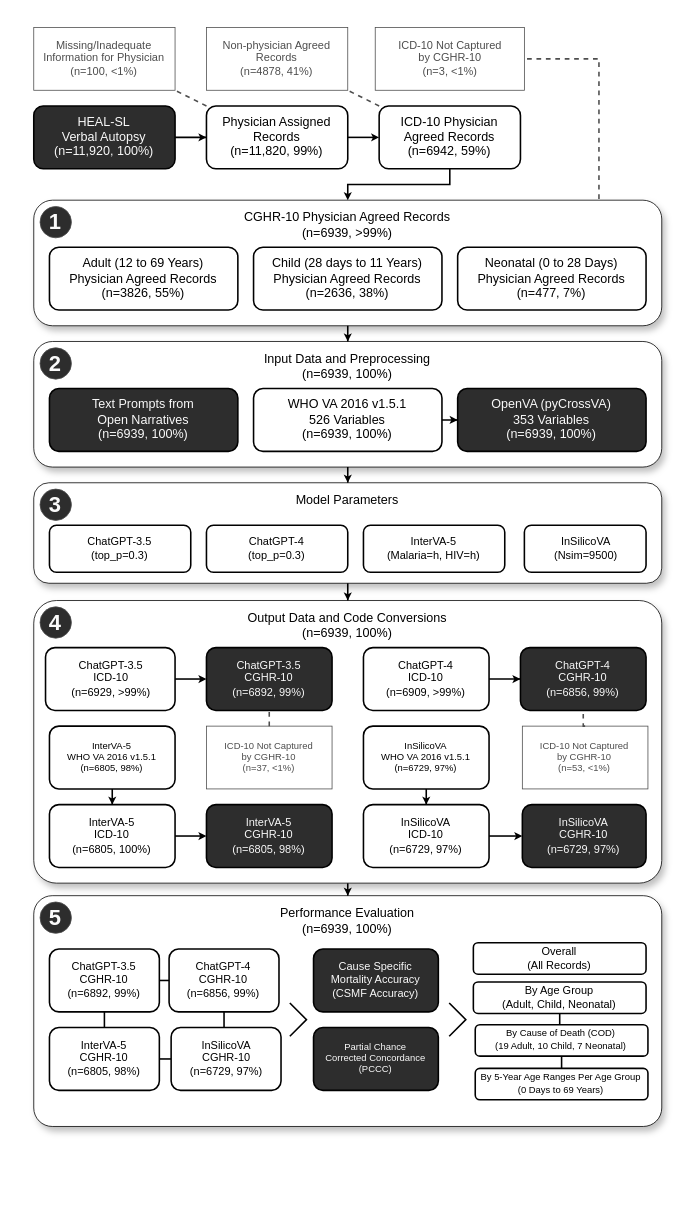
Before: src/fig-methods.drawio in cghr-toronto/wen-et-al-2025-cava, a draw.io diagram. Source tidied: cells renumbered, new cells numbered last; positions are measured from the earlier drawing's top-left corner, leaving out a move shared by most shapes. Both pictures are drawn from the tidied source at 157%, with x=0, y=0 at pixel (33, 27). Pictures stored in the file or linked from it are replaced by grey dashed boxes.
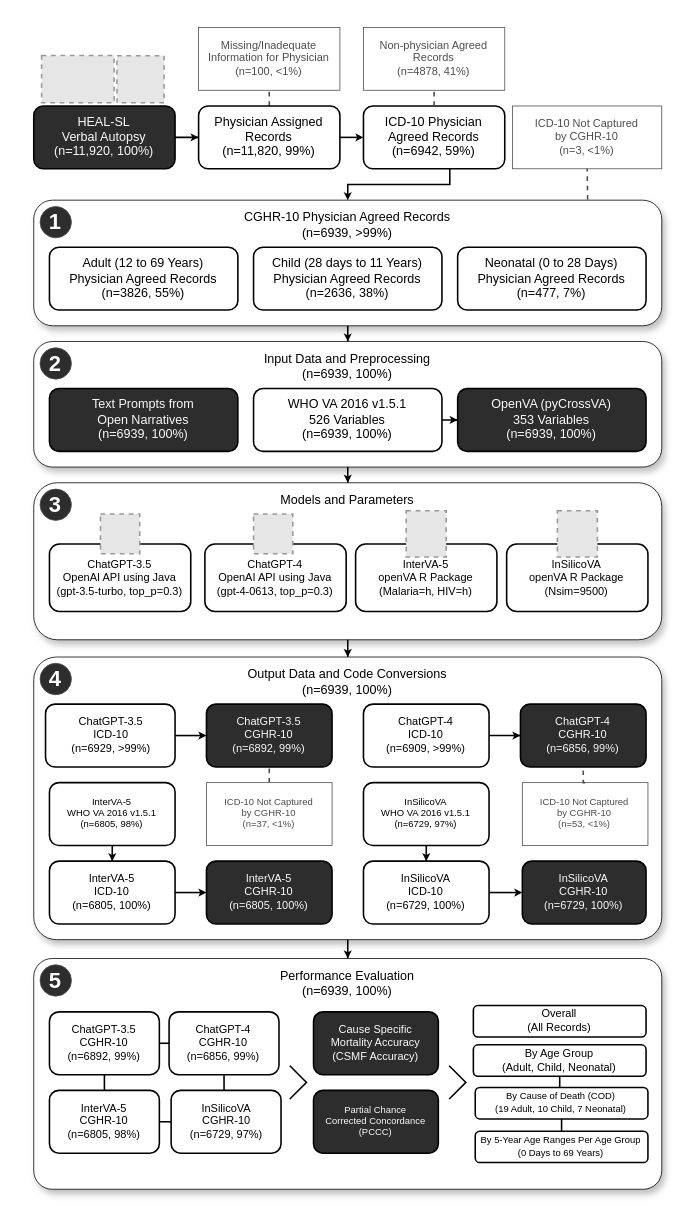
The same page after the edit.

Commit message (it also covers changes not shown here):
Add model specs and programming versions; update methods diagram

The change refers to these unchanged cells:
```xml
<mxCell id="15" value="CGHR-10 Physician Agreed Records&lt;br&gt;(n=6939, &amp;gt;99%)" style="rounded=1;whiteSpace=wrap;html=1;fontFamily=Arial;fontSize=8;verticalAlign=top;fillColor=default;fontColor=#000000;strokeColor=default;strokeWidth=0.5;glass=0;shadow=1;" parent="1" vertex="1">
  <mxGeometry y="110" width="400" height="80" as="geometry" />
</mxCell>
```

Change to the diagram source:
```diff
@@
-    <mxCell id="4" style="rounded=0;jettySize=auto;html=1;exitX=0;exitY=0;exitDx=0;exitDy=0;entryX=1;entryY=1;entryDx=0;entryDy=0;dashed=1;endArrow=none;endFill=0;strokeColor=#4D4D4D;" parent="1" edge="1" source="5" target="6">
+    <mxCell id="4" style="rounded=0;jettySize=auto;html=1;exitX=0.5;exitY=0;exitDx=0;exitDy=0;entryX=0.5;entryY=1;entryDx=0;entryDy=0;dashed=1;endArrow=none;endFill=0;strokeColor=#4D4D4D;" parent="1" edge="1" source="5" target="6">
       <mxGeometry relative="1" as="geometry" />
     </mxCell>
     <mxCell id="5" value="Physician Assigned&lt;br&gt;Records&lt;br&gt;(n=11,820, 99%)" style="rounded=1;whiteSpace=wrap;html=1;fontFamily=Arial;fontSize=8;" parent="1" vertex="1">
-      <mxGeometry x="110" y="50" width="90" height="40" as="geometry" />
+      <mxGeometry x="105" y="50" width="90" height="40" as="geometry" />
     </mxCell>
     <mxCell id="6" value="Missing/Inadequate&lt;br style=&quot;font-size: 7px;&quot;&gt;Information for Physician&lt;br&gt;(n=100, &amp;lt;1%)" style="rounded=0;whiteSpace=wrap;html=1;fontFamily=Arial;fontSize=7;fontColor=#4D4D4D;strokeColor=#4D4D4D;strokeWidth=0.5;" parent="1" vertex="1">
-      <mxGeometry width="90" height="40" as="geometry" />
+      <mxGeometry x="105" width="90" height="40" as="geometry" />
     </mxCell>
@@
     <mxCell id="8" value="ICD-10 Physician Agreed Records&lt;br&gt;(n=6942, 59%)" style="rounded=1;whiteSpace=wrap;html=1;fontFamily=Arial;fontSize=8;" parent="1" vertex="1">
-      <mxGeometry x="220" y="50" width="90" height="40" as="geometry" />
+      <mxGeometry x="210" y="50" width="90" height="40" as="geometry" />
     </mxCell>
@@
     <mxCell id="10" value="Non-physician Agreed Records&lt;br&gt;(n=4878, 41%)" style="rounded=0;whiteSpace=wrap;html=1;fontFamily=Arial;fontSize=7;fontColor=#4D4D4D;strokeColor=#4D4D4D;strokeWidth=0.5;" parent="1" vertex="1">
-      <mxGeometry x="110" width="90" height="40" as="geometry" />
+      <mxGeometry x="210" width="90" height="40" as="geometry" />
     </mxCell>
-    <mxCell id="11" style="rounded=0;jettySize=auto;html=1;exitX=0;exitY=0;exitDx=0;exitDy=0;entryX=1;entryY=1;entryDx=0;entryDy=0;dashed=1;endArrow=none;endFill=0;strokeColor=#4D4D4D;" parent="1" edge="1" source="8" target="10">
+    <mxCell id="11" style="rounded=0;jettySize=auto;html=1;exitX=0.5;exitY=0;exitDx=0;exitDy=0;entryX=0.5;entryY=1;entryDx=0;entryDy=0;dashed=1;endArrow=none;endFill=0;strokeColor=#4D4D4D;" parent="1" edge="1" source="8" target="10">
       <mxGeometry relative="1" as="geometry" />
     </mxCell>
     <mxCell id="12" value="ICD-10 Not Captured&lt;br&gt;by CGHR-10&lt;br&gt;(n=3, &amp;lt;1%)" style="rounded=0;whiteSpace=wrap;html=1;fontFamily=Arial;fontSize=7;fontColor=#4D4D4D;strokeColor=#4D4D4D;strokeWidth=0.5;" parent="1" vertex="1">
-      <mxGeometry x="217.5" width="95" height="40" as="geometry" />
+      <mxGeometry x="305" y="50" width="95" height="40" as="geometry" />
     </mxCell>
-    <mxCell id="13" style="rounded=0;jettySize=auto;html=1;entryX=1;entryY=0.5;entryDx=0;entryDy=0;dashed=1;endArrow=none;endFill=0;strokeColor=#4D4D4D;edgeStyle=orthogonalEdgeStyle;exitX=0.9;exitY=-0.01;exitDx=0;exitDy=0;exitPerimeter=0;" parent="1" edge="1" source="15" target="12">
-      <mxGeometry relative="1" as="geometry">
-        <Array as="points">
-          <mxPoint x="360" y="20" />
-        </Array>
-      </mxGeometry>
-    </mxCell>
@@
-    <mxCell id="26" value="Model Parameters" style="rounded=1;whiteSpace=wrap;html=1;fontFamily=Arial;fontSize=8;verticalAlign=top;fillColor=default;fontColor=#000000;strokeColor=default;strokeWidth=0.5;shadow=1;" parent="1" vertex="1">
-      <mxGeometry y="290" width="400" height="64" as="geometry" />
+    <mxCell id="26" value="Models and Parameters" style="rounded=1;whiteSpace=wrap;html=1;fontFamily=Arial;fontSize=8;verticalAlign=top;fillColor=default;fontColor=#000000;strokeColor=default;strokeWidth=0.5;shadow=1;" parent="1" vertex="1">
+      <mxGeometry y="290" width="400" height="100" as="geometry" />
     </mxCell>
-    <mxCell id="27" value="ChatGPT-3.5&lt;br style=&quot;font-size: 7px;&quot;&gt;(top_p=0.3)" style="rounded=1;whiteSpace=wrap;html=1;fontFamily=Arial;fontSize=7;fillColor=default;" parent="1" vertex="1">
-      <mxGeometry x="10" y="317" width="90" height="30" as="geometry" />
+    <mxCell id="27" value="ChatGPT-3.5&lt;br&gt;OpenAI API using Java&lt;br style=&quot;font-size: 7px;&quot;&gt;(gpt-3.5-turbo, top_p=0.3)" style="rounded=1;whiteSpace=wrap;html=1;fontFamily=Arial;fontSize=7;fillColor=default;" parent="1" vertex="1">
+      <mxGeometry x="10" y="329" width="90" height="43" as="geometry" />
     </mxCell>
-    <mxCell id="28" value="ChatGPT-4&lt;br style=&quot;font-size: 7px;&quot;&gt;(top_p=0.3)" style="rounded=1;whiteSpace=wrap;html=1;fontFamily=Arial;fontSize=7;fillColor=default;" parent="1" vertex="1">
-      <mxGeometry x="110" y="317" width="90" height="30" as="geometry" />
+    <mxCell id="28" value="ChatGPT-4&lt;br&gt;OpenAI API using Java&lt;br style=&quot;font-size: 7px;&quot;&gt;(gpt-4-0613, top_p=0.3)" style="rounded=1;whiteSpace=wrap;html=1;fontFamily=Arial;fontSize=7;fillColor=default;" parent="1" vertex="1">
+      <mxGeometry x="109" y="329" width="90" height="43" as="geometry" />
     </mxCell>
-    <mxCell id="29" value="InterVA-5&lt;br style=&quot;font-size: 7px;&quot;&gt;(Malaria=h, HIV=h)" style="rounded=1;whiteSpace=wrap;html=1;fontFamily=Arial;fontSize=7;fillColor=default;" parent="1" vertex="1">
-      <mxGeometry x="210" y="317" width="90" height="30" as="geometry" />
+    <mxCell id="29" value="InterVA-5&lt;br&gt;openVA R Package&lt;br style=&quot;font-size: 7px;&quot;&gt;(Malaria=h, HIV=h)" style="rounded=1;whiteSpace=wrap;html=1;fontFamily=Arial;fontSize=7;fillColor=default;" parent="1" vertex="1">
+      <mxGeometry x="205" y="329" width="90" height="43" as="geometry" />
     </mxCell>
-    <mxCell id="30" value="InSilicoVA&lt;br style=&quot;font-size: 7px;&quot;&gt;(Nsim=9500)" style="rounded=1;whiteSpace=wrap;html=1;fontFamily=Arial;fontSize=7;fillColor=default;" parent="1" vertex="1">
-      <mxGeometry x="312.5" y="317" width="77.5" height="30" as="geometry" />
+    <mxCell id="30" value="InSilicoVA&lt;br&gt;openVA R Package&lt;br style=&quot;font-size: 7px;&quot;&gt;(Nsim=9500)" style="rounded=1;whiteSpace=wrap;html=1;fontFamily=Arial;fontSize=7;fillColor=default;" parent="1" vertex="1">
+      <mxGeometry x="301.2" y="329" width="90" height="43" as="geometry" />
     </mxCell>
@@
     <mxCell id="32" value="Output Data and Code Conversions&lt;br&gt;(n=6939, 100%)" style="rounded=1;whiteSpace=wrap;html=1;fontFamily=Arial;fontSize=8;verticalAlign=top;fillColor=default;fontColor=#000000;strokeColor=default;strokeWidth=0.5;arcSize=8;imageHeight=24;shadow=1;" parent="1" vertex="1">
-      <mxGeometry y="365" width="400" height="180" as="geometry" />
+      <mxGeometry y="401" width="400" height="180" as="geometry" />
     </mxCell>
@@
     <mxCell id="34" value="ChatGPT-3.5&lt;br&gt;ICD-10&lt;br style=&quot;font-size: 7px;&quot;&gt;(n=6929, &amp;gt;99%)" style="rounded=1;whiteSpace=wrap;html=1;fontFamily=Arial;fontSize=7;fillColor=default;" parent="1" vertex="1">
-      <mxGeometry x="7.5" y="395" width="82.5" height="40" as="geometry" />
+      <mxGeometry x="7.5" y="431" width="82.5" height="40" as="geometry" />
     </mxCell>
@@
     <mxCell id="36" value="ChatGPT-4&lt;br&gt;ICD-10&lt;br style=&quot;font-size: 7px;&quot;&gt;(n=6909, &amp;gt;99%)" style="rounded=1;whiteSpace=wrap;html=1;fontFamily=Arial;fontSize=7;fillColor=default;" parent="1" vertex="1">
-      <mxGeometry x="210" y="395" width="80" height="40" as="geometry" />
+      <mxGeometry x="210" y="431" width="80" height="40" as="geometry" />
     </mxCell>
@@
     <mxCell id="38" value="InterVA-5&lt;br style=&quot;font-size: 6px;&quot;&gt;WHO VA 2016 v1.5.1&lt;br style=&quot;font-size: 6px;&quot;&gt;(n=6805, 98%)" style="rounded=1;whiteSpace=wrap;html=1;fontFamily=Arial;fontSize=6;fillColor=default;" parent="1" vertex="1">
-      <mxGeometry x="10" y="445" width="80" height="40" as="geometry" />
+      <mxGeometry x="10" y="481" width="80" height="40" as="geometry" />
     </mxCell>
@@
     <mxCell id="40" value="InSilicoVA&lt;br style=&quot;font-size: 6px;&quot;&gt;WHO VA 2016 v1.5.1&lt;br style=&quot;font-size: 6px;&quot;&gt;(n=6729, 97%)" style="rounded=1;whiteSpace=wrap;html=1;fontFamily=Arial;fontSize=6;fillColor=default;" parent="1" vertex="1">
-      <mxGeometry x="210" y="445" width="80" height="40" as="geometry" />
+      <mxGeometry x="210" y="481" width="80" height="40" as="geometry" />
     </mxCell>
     <mxCell id="41" value="ChatGPT-3.5&lt;br&gt;CGHR-10&lt;br style=&quot;font-size: 7px;&quot;&gt;(n=6892, 99%)" style="rounded=1;whiteSpace=wrap;html=1;fontFamily=Arial;fontSize=7;fillColor=#2D2D2D;fontColor=#FAFAFA;fontStyle=0;strokeWidth=1;gradientColor=none;" parent="1" vertex="1">
-      <mxGeometry x="110" y="395" width="80" height="40" as="geometry" />
+      <mxGeometry x="110" y="431" width="80" height="40" as="geometry" />
     </mxCell>
     <mxCell id="42" value="ChatGPT-4&lt;br&gt;CGHR-10&lt;br style=&quot;font-size: 7px;&quot;&gt;(n=6856, 99%)" style="rounded=1;whiteSpace=wrap;html=1;fontFamily=Arial;fontSize=7;fillColor=#2D2D2D;fontColor=#FAFAFA;fontStyle=0;strokeWidth=1;gradientColor=none;" parent="1" vertex="1">
-      <mxGeometry x="310" y="395" width="80" height="40" as="geometry" />
+      <mxGeometry x="310" y="431" width="80" height="40" as="geometry" />
     </mxCell>
     <mxCell id="43" value="ICD-10 Not Captured&lt;br style=&quot;font-size: 6px;&quot;&gt;by CGHR-10&lt;br style=&quot;font-size: 6px;&quot;&gt;(n=37, &amp;lt;1%)" style="rounded=0;whiteSpace=wrap;html=1;fontFamily=Arial;fontSize=6;fontColor=#4D4D4D;strokeColor=#4D4D4D;strokeWidth=0.5;" parent="1" vertex="1">
-      <mxGeometry x="110" y="445" width="80" height="40" as="geometry" />
+      <mxGeometry x="110" y="481" width="80" height="40" as="geometry" />
     </mxCell>
     <mxCell id="44" value="ICD-10 Not Captured&lt;br style=&quot;font-size: 6px;&quot;&gt;by CGHR-10&lt;br style=&quot;font-size: 6px;&quot;&gt;(n=53, &amp;lt;1%)" style="rounded=0;whiteSpace=wrap;html=1;fontFamily=Arial;fontSize=6;fontColor=#4D4D4D;strokeColor=#4D4D4D;strokeWidth=0.5;" parent="1" vertex="1">
-      <mxGeometry x="311.2" y="445" width="80" height="40" as="geometry" />
+      <mxGeometry x="311.2" y="481" width="80" height="40" as="geometry" />
     </mxCell>
     <mxCell id="45" value="InterVA-5&lt;br style=&quot;font-size: 7px;&quot;&gt;ICD-10&lt;br style=&quot;font-size: 7px;&quot;&gt;(n=6805, 100%)" style="rounded=1;whiteSpace=wrap;html=1;fontFamily=Arial;fontSize=7;fillColor=default;" parent="1" vertex="1">
-      <mxGeometry x="10" y="495" width="80" height="40" as="geometry" />
+      <mxGeometry x="10" y="531" width="80" height="40" as="geometry" />
     </mxCell>
-    <mxCell id="46" value="InSilicoVA&lt;br style=&quot;font-size: 7px;&quot;&gt;ICD-10&lt;br style=&quot;font-size: 7px;&quot;&gt;(n=6729, 97%)" style="rounded=1;whiteSpace=wrap;html=1;fontFamily=Arial;fontSize=7;fillColor=default;" parent="1" vertex="1">
-      <mxGeometry x="210" y="495" width="80" height="40" as="geometry" />
+    <mxCell id="46" value="InSilicoVA&lt;br style=&quot;font-size: 7px;&quot;&gt;ICD-10&lt;br style=&quot;font-size: 7px;&quot;&gt;(n=6729, 100%)" style="rounded=1;whiteSpace=wrap;html=1;fontFamily=Arial;fontSize=7;fillColor=default;" parent="1" vertex="1">
+      <mxGeometry x="210" y="531" width="80" height="40" as="geometry" />
     </mxCell>
@@
-    <mxCell id="49" value="InterVA-5&lt;br style=&quot;font-size: 7px;&quot;&gt;CGHR-10&lt;br style=&quot;font-size: 7px;&quot;&gt;(n=6805, 98%)" style="rounded=1;whiteSpace=wrap;html=1;fontFamily=Arial;fontSize=7;fillColor=#2D2D2D;fontColor=#FAFAFA;fontStyle=0;strokeWidth=1;gradientColor=none;" parent="1" vertex="1">
-      <mxGeometry x="110" y="495" width="80" height="40" as="geometry" />
+    <mxCell id="49" value="InterVA-5&lt;br style=&quot;font-size: 7px;&quot;&gt;CGHR-10&lt;br style=&quot;font-size: 7px;&quot;&gt;(n=6805, 100%)" style="rounded=1;whiteSpace=wrap;html=1;fontFamily=Arial;fontSize=7;fillColor=#2D2D2D;fontColor=#FAFAFA;fontStyle=0;strokeWidth=1;gradientColor=none;" parent="1" vertex="1">
+      <mxGeometry x="110" y="531" width="80" height="40" as="geometry" />
     </mxCell>
@@
-    <mxCell id="51" value="InSilicoVA&lt;br style=&quot;font-size: 7px;&quot;&gt;CGHR-10&lt;br style=&quot;font-size: 7px;&quot;&gt;(n=6729, 97%)" style="rounded=1;whiteSpace=wrap;html=1;fontFamily=Arial;fontSize=7;fillColor=#2D2D2D;fontColor=#FAFAFA;fontStyle=0;strokeWidth=1;gradientColor=none;" parent="1" vertex="1">
-      <mxGeometry x="311.2" y="495" width="78.8" height="40" as="geometry" />
+    <mxCell id="51" value="InSilicoVA&lt;br style=&quot;font-size: 7px;&quot;&gt;CGHR-10&lt;br style=&quot;font-size: 7px;&quot;&gt;(n=6729, 100%)" style="rounded=1;whiteSpace=wrap;html=1;fontFamily=Arial;fontSize=7;fillColor=#2D2D2D;fontColor=#FAFAFA;fontStyle=0;strokeWidth=1;gradientColor=none;" parent="1" vertex="1">
+      <mxGeometry x="311.2" y="531" width="78.8" height="40" as="geometry" />
     </mxCell>
@@
     <mxCell id="53" value="Performance Evaluation&lt;br&gt;(n=6939, 100%)" style="rounded=1;whiteSpace=wrap;html=1;fontFamily=Arial;fontSize=8;verticalAlign=top;fillColor=default;fontColor=#000000;strokeColor=default;strokeWidth=0.5;arcSize=8;imageHeight=24;shadow=1;" parent="1" vertex="1">
-      <mxGeometry y="553" width="400" height="147" as="geometry" />
+      <mxGeometry y="593" width="400" height="147" as="geometry" />
     </mxCell>
@@
     <mxCell id="55" value="ChatGPT-3.5&lt;br&gt;CGHR-10&lt;br style=&quot;font-size: 7px;&quot;&gt;(n=6892, 99%)" style="rounded=1;whiteSpace=wrap;html=1;fontFamily=Arial;fontSize=7;fillColor=#FFFFFF;fontColor=#000000;fontStyle=0;strokeWidth=1;gradientColor=none;" parent="1" vertex="1">
-      <mxGeometry x="10" y="587" width="70" height="40" as="geometry" />
+      <mxGeometry x="10" y="627" width="70" height="40" as="geometry" />
     </mxCell>
@@
     <mxCell id="57" value="ChatGPT-4&lt;br&gt;CGHR-10&lt;br style=&quot;font-size: 7px;&quot;&gt;(n=6856, 99%)" style="rounded=1;whiteSpace=wrap;html=1;fontFamily=Arial;fontSize=7;fillColor=#FFFFFF;fontColor=#000000;fontStyle=0;strokeWidth=1;gradientColor=none;" parent="1" vertex="1">
-      <mxGeometry x="86.2" y="587" width="70" height="40" as="geometry" />
+      <mxGeometry x="86.2" y="627" width="70" height="40" as="geometry" />
     </mxCell>
@@
     <mxCell id="59" value="InterVA-5&lt;br style=&quot;font-size: 7px;&quot;&gt;CGHR-10&lt;br style=&quot;font-size: 7px;&quot;&gt;(n=6805, 98%)" style="rounded=1;whiteSpace=wrap;html=1;fontFamily=Arial;fontSize=7;fillColor=#FFFFFF;fontColor=#000000;fontStyle=0;strokeWidth=1;gradientColor=none;" parent="1" vertex="1">
-      <mxGeometry x="10" y="637" width="70" height="40" as="geometry" />
+      <mxGeometry x="10" y="677" width="70" height="40" as="geometry" />
     </mxCell>
@@
     <mxCell id="61" value="InSilicoVA&lt;br style=&quot;font-size: 7px;&quot;&gt;CGHR-10&lt;br style=&quot;font-size: 7px;&quot;&gt;(n=6729, 97%)" style="rounded=1;whiteSpace=wrap;html=1;fontFamily=Arial;fontSize=7;fillColor=#FFFFFF;fontColor=#000000;fontStyle=0;strokeWidth=1;gradientColor=none;" parent="1" vertex="1">
-      <mxGeometry x="87.5" y="637" width="70" height="40" as="geometry" />
+      <mxGeometry x="87.5" y="677" width="70" height="40" as="geometry" />
     </mxCell>
     <mxCell id="62" value="Cause Specific&lt;br&gt;Mortality Accuracy&lt;br&gt;(CSMF Accuracy)" style="rounded=1;whiteSpace=wrap;html=1;fontFamily=Arial;fontSize=7;fillColor=#2D2D2D;fontColor=#FAFAFA;fontStyle=0;strokeWidth=1;gradientColor=none;" parent="1" vertex="1">
-      <mxGeometry x="178.2" y="587" width="79.5" height="40" as="geometry" />
+      <mxGeometry x="178.2" y="627" width="79.5" height="40" as="geometry" />
     </mxCell>
     <mxCell id="63" value="Partial Chance&lt;br style=&quot;font-size: 6px;&quot;&gt;Corrected Concordance&lt;br style=&quot;font-size: 6px;&quot;&gt;(PCCC)" style="rounded=1;whiteSpace=wrap;html=1;fontFamily=Arial;fontSize=6;fillColor=#2D2D2D;fontColor=#FAFAFA;fontStyle=0;strokeWidth=1;gradientColor=none;" parent="1" vertex="1">
-      <mxGeometry x="178.2" y="637" width="79.5" height="40" as="geometry" />
+      <mxGeometry x="178.2" y="677" width="79.5" height="40" as="geometry" />
     </mxCell>
     <mxCell id="64" value="Overall&lt;br&gt;(All Records)" style="rounded=1;whiteSpace=wrap;html=1;fontFamily=Arial;fontSize=7;fillColor=#FFFFFF;fontColor=#000000;fontStyle=0;strokeWidth=1;gradientColor=none;" parent="1" vertex="1">
-      <mxGeometry x="280" y="583" width="110" height="20" as="geometry" />
+      <mxGeometry x="280" y="623" width="110" height="20" as="geometry" />
     </mxCell>
@@
     <mxCell id="66" value="By Age Group&lt;br&gt;(Adult, Child, Neonatal)" style="rounded=1;whiteSpace=wrap;html=1;fontFamily=Arial;fontSize=7;fillColor=#FFFFFF;fontColor=#000000;fontStyle=0;strokeWidth=1;gradientColor=none;" parent="1" vertex="1">
-      <mxGeometry x="280" y="608" width="110" height="20" as="geometry" />
+      <mxGeometry x="280" y="648" width="110" height="20" as="geometry" />
     </mxCell>
     <mxCell id="67" value="By Cause of Death (COD)&lt;br style=&quot;font-size: 6px;&quot;&gt;(19 Adult, 10 Child, 7 Neonatal)" style="rounded=1;whiteSpace=wrap;html=1;fontFamily=Arial;fontSize=6;fillColor=#FFFFFF;fontColor=#000000;fontStyle=0;strokeWidth=1;gradientColor=none;" parent="1" vertex="1">
-      <mxGeometry x="281.2" y="635.2" width="110" height="20" as="geometry" />
+      <mxGeometry x="281.2" y="675.2" width="110" height="20" as="geometry" />
     </mxCell>
     <mxCell id="68" style="shape=partialRectangle;whiteSpace=wrap;html=1;bottom=0;right=0;fillColor=none;rounded=0;strokeColor=#000000;strokeWidth=1;align=center;verticalAlign=middle;fontFamily=Arial;fontSize=7;fontColor=#4D4D4D;rotation=-225;" parent="1" vertex="1">
-      <mxGeometry x="156.2" y="624.7" width="14.5" height="14.5" as="geometry" />
+      <mxGeometry x="156.2" y="664.7" width="14.5" height="14.5" as="geometry" />
     </mxCell>
     <mxCell id="69" style="shape=partialRectangle;whiteSpace=wrap;html=1;bottom=0;right=0;fillColor=none;rounded=0;strokeColor=#000000;strokeWidth=1;align=center;verticalAlign=middle;fontFamily=Arial;fontSize=7;fontColor=#4D4D4D;rotation=-225;" parent="1" vertex="1">
-      <mxGeometry x="257.7" y="624.7" width="14.5" height="14.5" as="geometry" />
+      <mxGeometry x="257.7" y="664.7" width="14.5" height="14.5" as="geometry" />
     </mxCell>
@@
     <mxCell id="73" value="4" style="ellipse;whiteSpace=wrap;html=1;rounded=0;strokeColor=#4D4D4D;strokeWidth=0.5;align=center;verticalAlign=middle;fontFamily=Arial;fontSize=14;fontColor=#FAFAFA;fillColor=#2D2D2D;fontStyle=1;shadow=0;" parent="1" vertex="1">
-      <mxGeometry x="4" y="369" width="20" height="20" as="geometry" />
+      <mxGeometry x="4" y="405" width="20" height="20" as="geometry" />
     </mxCell>
     <mxCell id="74" value="5" style="ellipse;whiteSpace=wrap;html=1;rounded=0;strokeColor=#4D4D4D;strokeWidth=0.5;align=center;verticalAlign=middle;fontFamily=Arial;fontSize=14;fontColor=#FAFAFA;fillColor=#2D2D2D;fontStyle=1;shadow=0;" parent="1" vertex="1">
-      <mxGeometry x="4" y="557" width="20" height="20" as="geometry" />
+      <mxGeometry x="4" y="597" width="20" height="20" as="geometry" />
     </mxCell>
     <mxCell id="75" value="By 5-Year Age Ranges Per Age Group&lt;br style=&quot;font-size: 6px;&quot;&gt;(0 Days to 69 Years)" style="rounded=1;whiteSpace=wrap;html=1;fontFamily=Arial;fontSize=6;fillColor=#FFFFFF;fontColor=#000000;fontStyle=0;strokeWidth=1;gradientColor=none;" parent="1" vertex="1">
-      <mxGeometry x="281.2" y="663" width="110" height="20" as="geometry" />
+      <mxGeometry x="281.2" y="703" width="110" height="20" as="geometry" />
     </mxCell>
@@
+    <mxCell id="77" style="fillColor=#E6E6E6;strokeColor=#999999;dashed=1;verticalLabelPosition=bottom;labelBackgroundColor=default;verticalAlign=top;" parent="1" vertex="1">
+      <mxGeometry x="333.5" y="307.8" width="25.5" height="29.5" as="geometry" />
+    </mxCell>
+    <mxCell id="78" style="fillColor=#E6E6E6;strokeColor=#999999;dashed=1;verticalLabelPosition=bottom;labelBackgroundColor=default;verticalAlign=top;" parent="1" vertex="1">
+      <mxGeometry x="237.2" y="307.8" width="25.5" height="29.5" as="geometry" />
+    </mxCell>
+    <mxCell id="79" style="fillColor=#E6E6E6;strokeColor=#999999;dashed=1;verticalLabelPosition=bottom;labelBackgroundColor=default;verticalAlign=top;" parent="1" vertex="1">
+      <mxGeometry x="140" y="309.9" width="25" height="25.3" as="geometry" />
+    </mxCell>
+    <mxCell id="80" style="fillColor=#E6E6E6;strokeColor=#999999;dashed=1;verticalLabelPosition=bottom;labelBackgroundColor=default;verticalAlign=top;" parent="1" vertex="1">
+      <mxGeometry x="42.5" y="309.9" width="25" height="25.3" as="geometry" />
+    </mxCell>
+    <mxCell id="13" style="rounded=0;jettySize=auto;html=1;exitX=0.882;exitY=-0.003;exitDx=0;exitDy=0;entryX=0.5;entryY=1;entryDx=0;entryDy=0;dashed=1;endArrow=none;endFill=0;strokeColor=#4D4D4D;exitPerimeter=0;" parent="1" edge="1" source="15" target="12">
+      <mxGeometry relative="1" as="geometry" />
+    </mxCell>
+    <mxCell id="81" style="group;" parent="1" vertex="1">
+      <mxGeometry x="53" y="18" width="30" height="30" as="geometry" />
+    </mxCell>
+    <mxCell id="82" style="ellipse;whiteSpace=wrap;html=1;strokeColor=none;" parent="81" vertex="1">
+      <mxGeometry width="30" height="30" as="geometry" />
+    </mxCell>
+    <mxCell id="83" style="fillColor=#E6E6E6;strokeColor=#999999;dashed=1;verticalLabelPosition=bottom;labelBackgroundColor=default;verticalAlign=top;" parent="81" vertex="1">
+      <mxGeometry width="30" height="30" as="geometry" />
+    </mxCell>
+    <mxCell id="84" style="fillColor=#E6E6E6;strokeColor=#999999;dashed=1;verticalLabelPosition=bottom;labelBackgroundColor=default;verticalAlign=top;" parent="1" vertex="1">
+      <mxGeometry x="5" y="17.9" width="46.2" height="30.1" as="geometry" />
+    </mxCell>
```
